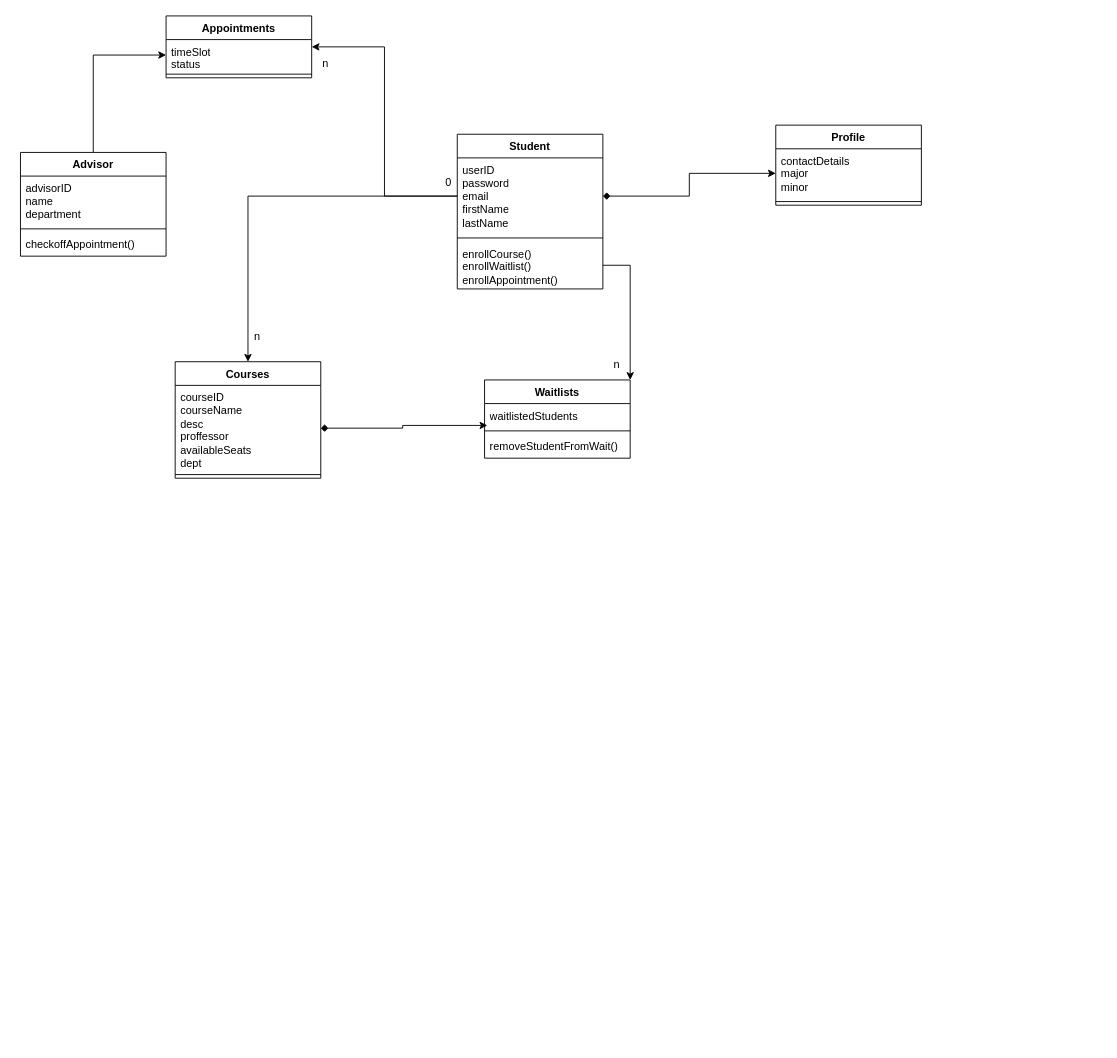
This is 1530UMLClassDiagram.drawio from Gwon-Stephen/hello-world, a draw.io file, before an edit. Source tidied: cells renumbered, new cells numbered last; positions are measured from the earlier drawing's top-left corner, leaving out a move shared by most shapes. Both pictures are drawn from the tidied source at 91%, with x=0, y=0 at pixel (20, 15).
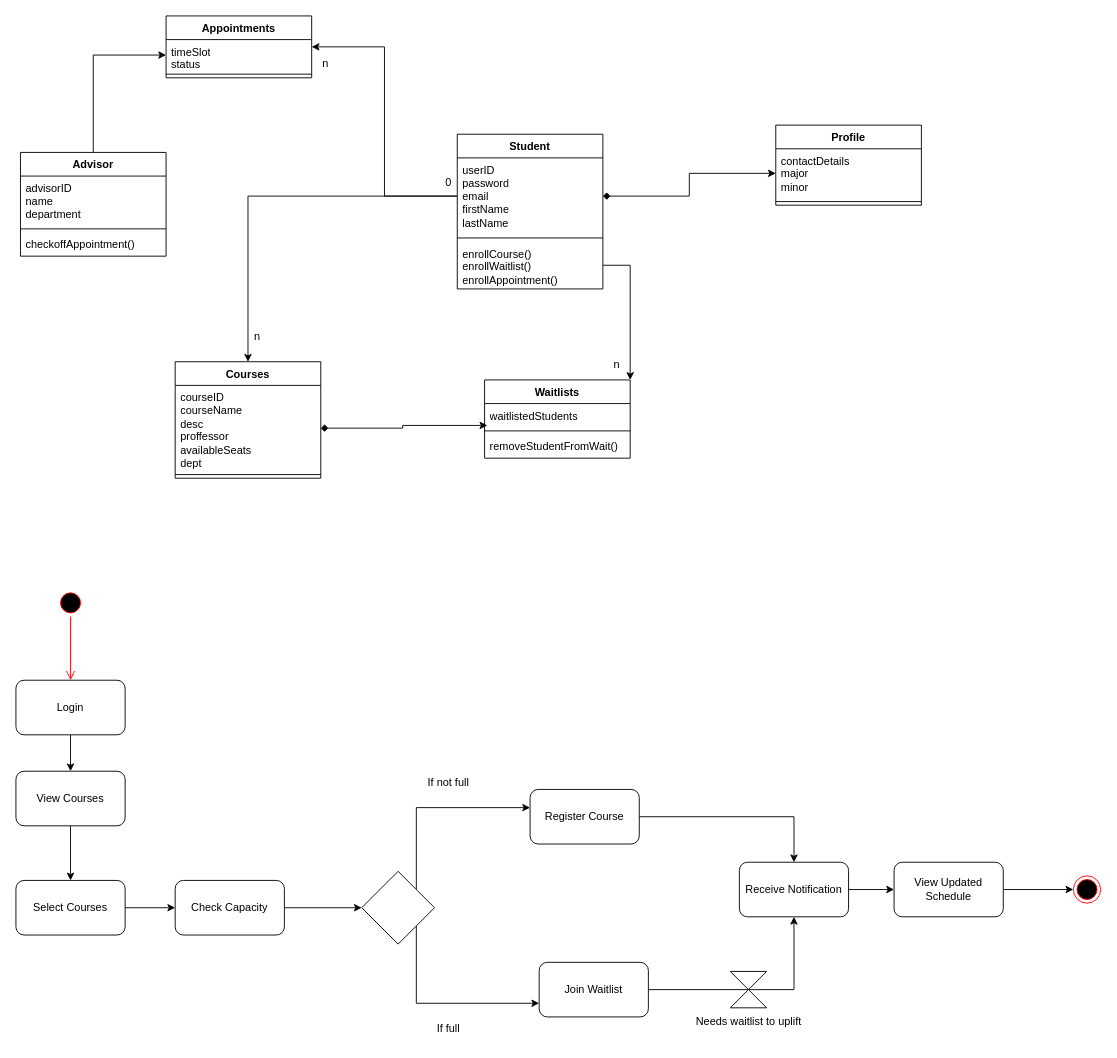
Above is the later version.

What changed in the source:
```diff
@@
+    <mxCell id="33" style="ellipse;html=1;shape=endState;fillColor=#000000;strokeColor=#ff0000;" parent="1" vertex="1">
+      <mxGeometry x="1157" y="945" width="30" height="30" as="geometry" />
+    </mxCell>
+    <mxCell id="34" style="ellipse;html=1;shape=startState;fillColor=#000000;strokeColor=#ff0000;" parent="1" vertex="1">
+      <mxGeometry x="40" y="630" width="30" height="30" as="geometry" />
+    </mxCell>
+    <mxCell id="35" style="edgeStyle=orthogonalEdgeStyle;html=1;verticalAlign=bottom;endArrow=open;endSize=8;strokeColor=#ff0000;rounded=0;entryX=0.5;entryY=0;entryDx=0;entryDy=0;" parent="1" edge="1" source="34" target="37">
+      <mxGeometry relative="1" as="geometry" />
+    </mxCell>
+    <mxCell id="36" style="edgeStyle=orthogonalEdgeStyle;rounded=0;jettySize=auto;html=1;exitX=0.5;exitY=1;exitDx=0;exitDy=0;entryX=0.5;entryY=0;entryDx=0;entryDy=0;" parent="1" edge="1" source="37" target="39">
+      <mxGeometry relative="1" as="geometry" />
+    </mxCell>
+    <mxCell id="37" value="Login" style="rounded=1;whiteSpace=wrap;html=1;" parent="1" vertex="1">
+      <mxGeometry x="-5" y="730" width="120" height="60" as="geometry" />
+    </mxCell>
+    <mxCell id="38" style="edgeStyle=orthogonalEdgeStyle;rounded=0;jettySize=auto;html=1;exitX=0.5;exitY=1;exitDx=0;exitDy=0;entryX=0.5;entryY=0;entryDx=0;entryDy=0;" parent="1" edge="1" source="39" target="41">
+      <mxGeometry relative="1" as="geometry" />
+    </mxCell>
+    <mxCell id="39" value="View Courses" style="rounded=1;whiteSpace=wrap;html=1;" parent="1" vertex="1">
+      <mxGeometry x="-5" y="830" width="120" height="60" as="geometry" />
+    </mxCell>
+    <mxCell id="40" style="edgeStyle=orthogonalEdgeStyle;rounded=0;jettySize=auto;html=1;exitX=1;exitY=0.5;exitDx=0;exitDy=0;entryX=0;entryY=0.5;entryDx=0;entryDy=0;" parent="1" edge="1" source="41" target="43">
+      <mxGeometry relative="1" as="geometry" />
+    </mxCell>
+    <mxCell id="41" value="Select Courses" style="rounded=1;whiteSpace=wrap;html=1;" parent="1" vertex="1">
+      <mxGeometry x="-5" y="950" width="120" height="60" as="geometry" />
+    </mxCell>
+    <mxCell id="42" style="edgeStyle=orthogonalEdgeStyle;rounded=0;jettySize=auto;html=1;exitX=1;exitY=0.5;exitDx=0;exitDy=0;entryX=0;entryY=0.5;entryDx=0;entryDy=0;" parent="1" edge="1" source="43" target="46">
+      <mxGeometry relative="1" as="geometry" />
+    </mxCell>
+    <mxCell id="43" value="Check Capacity" style="rounded=1;whiteSpace=wrap;html=1;" parent="1" vertex="1">
+      <mxGeometry x="170" y="950" width="120" height="60" as="geometry" />
+    </mxCell>
+    <mxCell id="44" style="edgeStyle=orthogonalEdgeStyle;rounded=0;jettySize=auto;html=1;exitX=1;exitY=0;exitDx=0;exitDy=0;" parent="1" edge="1" source="46" target="48">
+      <mxGeometry relative="1" as="geometry">
+        <Array as="points">
+          <mxPoint x="435" y="870" />
+        </Array>
+      </mxGeometry>
+    </mxCell>
+    <mxCell id="45" style="edgeStyle=orthogonalEdgeStyle;rounded=0;jettySize=auto;html=1;exitX=1;exitY=1;exitDx=0;exitDy=0;entryX=0;entryY=0.75;entryDx=0;entryDy=0;" parent="1" edge="1" source="46" target="50">
+      <mxGeometry relative="1" as="geometry">
+        <Array as="points">
+          <mxPoint x="435" y="1085" />
+        </Array>
+      </mxGeometry>
+    </mxCell>
+    <mxCell id="46" style="rhombus;whiteSpace=wrap;html=1;" parent="1" vertex="1">
+      <mxGeometry x="375" y="940" width="80" height="80" as="geometry" />
+    </mxCell>
+    <mxCell id="47" style="edgeStyle=orthogonalEdgeStyle;rounded=0;jettySize=auto;html=1;exitX=1;exitY=0.5;exitDx=0;exitDy=0;entryX=0.5;entryY=0;entryDx=0;entryDy=0;" parent="1" edge="1" source="48" target="52">
+      <mxGeometry relative="1" as="geometry" />
+    </mxCell>
+    <mxCell id="48" value="Register Course" style="rounded=1;whiteSpace=wrap;html=1;" parent="1" vertex="1">
+      <mxGeometry x="560" y="850" width="120" height="60" as="geometry" />
+    </mxCell>
+    <mxCell id="49" style="edgeStyle=orthogonalEdgeStyle;rounded=0;jettySize=auto;html=1;exitX=1;exitY=0.5;exitDx=0;exitDy=0;entryX=0.5;entryY=1;entryDx=0;entryDy=0;" parent="1" edge="1" source="50" target="52">
+      <mxGeometry relative="1" as="geometry" />
+    </mxCell>
+    <mxCell id="50" value="Join Waitlist" style="rounded=1;whiteSpace=wrap;html=1;" parent="1" vertex="1">
+      <mxGeometry x="570" y="1040" width="120" height="60" as="geometry" />
+    </mxCell>
+    <mxCell id="51" style="edgeStyle=orthogonalEdgeStyle;rounded=0;jettySize=auto;html=1;exitX=1;exitY=0.5;exitDx=0;exitDy=0;" parent="1" edge="1" source="52" target="54">
+      <mxGeometry relative="1" as="geometry" />
+    </mxCell>
+    <mxCell id="52" value="Receive Notification" style="rounded=1;whiteSpace=wrap;html=1;" parent="1" vertex="1">
+      <mxGeometry x="790" y="930" width="120" height="60" as="geometry" />
+    </mxCell>
+    <mxCell id="53" style="edgeStyle=orthogonalEdgeStyle;rounded=0;jettySize=auto;html=1;exitX=1;exitY=0.5;exitDx=0;exitDy=0;entryX=0;entryY=0.5;entryDx=0;entryDy=0;" parent="1" edge="1" source="54" target="33">
+      <mxGeometry relative="1" as="geometry" />
+    </mxCell>
+    <mxCell id="54" value="View Updated Schedule" style="rounded=1;whiteSpace=wrap;html=1;" parent="1" vertex="1">
+      <mxGeometry x="960" y="930" width="120" height="60" as="geometry" />
+    </mxCell>
+    <mxCell id="55" value="If not full" style="text;html=1;align=center;verticalAlign=middle;strokeColor=none;fillColor=none;" parent="1" vertex="1">
+      <mxGeometry x="435" y="828" width="70" height="30" as="geometry" />
+    </mxCell>
+    <mxCell id="56" value="If full&lt;br&gt;" style="text;html=1;align=center;verticalAlign=middle;strokeColor=none;fillColor=none;" parent="1" vertex="1">
+      <mxGeometry x="445" y="1098" width="50" height="30" as="geometry" />
+    </mxCell>
+    <mxCell id="57" style="shape=collate;html=1;" parent="1" vertex="1">
+      <mxGeometry x="780" y="1050" width="40" height="40" as="geometry" />
+    </mxCell>
+    <mxCell id="58" value="Needs waitlist to uplift" style="text;html=1;align=center;verticalAlign=middle;strokeColor=none;fillColor=none;" parent="1" vertex="1">
+      <mxGeometry x="730" y="1090" width="140" height="30" as="geometry" />
+    </mxCell>
```
